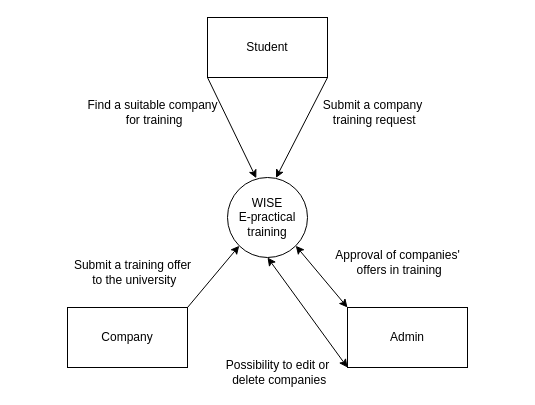
This is e-practical training/Diagram/Context diagram.drawio from Mohammadalborini/final-project, a draw.io file, before an edit. Source tidied: cells renumbered, new cells numbered last; positions are measured from the earlier drawing's top-left corner, leaving out a move shared by most shapes. Both pictures are drawn from the tidied source at 100%, with x=0, y=0 at pixel (67, 17).
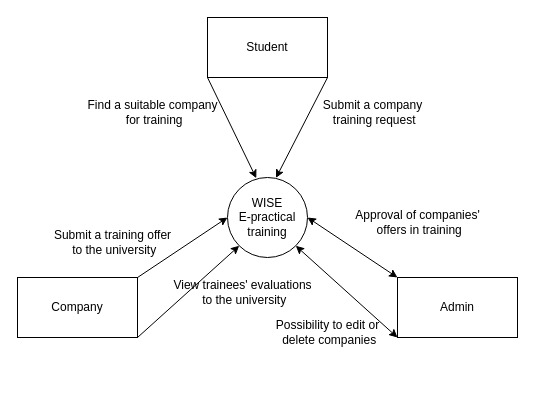
The same page after the edit.

Diff of the diagram source:
```diff
@@
 <mxGraphModel>
   <root>
     <mxCell id="0" />
     <mxCell id="1" parent="0" />
     <mxCell id="2" value="Admin" style="rounded=0;whiteSpace=wrap;html=1;" parent="1" vertex="1">
-      <mxGeometry x="280" y="290" width="120" height="60" as="geometry" />
+      <mxGeometry x="330" y="260" width="120" height="60" as="geometry" />
     </mxCell>
+    <mxCell id="16" style="rounded=0;jettySize=auto;html=1;exitX=1;exitY=1;exitDx=0;exitDy=0;entryX=0;entryY=1;entryDx=0;entryDy=0;" parent="1" edge="1" source="3" target="9">
+      <mxGeometry relative="1" as="geometry" />
+    </mxCell>
     <mxCell id="3" value="Company" style="rounded=0;whiteSpace=wrap;html=1;" parent="1" vertex="1">
-      <mxGeometry y="290" width="120" height="60" as="geometry" />
+      <mxGeometry x="-50" y="260" width="120" height="60" as="geometry" />
     </mxCell>
     <mxCell id="4" value="Student" style="rounded=0;whiteSpace=wrap;html=1;" parent="1" vertex="1">
       <mxGeometry x="140" width="120" height="60" as="geometry" />
     </mxCell>
     <mxCell id="5" style="endArrow=classic;html=1;exitX=0;exitY=1;exitDx=0;exitDy=0;" parent="1" edge="1" source="4">
       <mxGeometry relative="1" as="geometry">
         <mxPoint x="188.8" y="160.7" as="targetPoint" />
       </mxGeometry>
     </mxCell>
     <mxCell id="6" value="Find a suitable company&lt;br&gt;&amp;nbsp;for training" style="text;html=1;align=center;verticalAlign=middle;" parent="1" vertex="1">
       <mxGeometry x="10" y="80" width="150" height="30" as="geometry" />
     </mxCell>
     <mxCell id="7" style="endArrow=classic;html=1;exitX=1;exitY=1;exitDx=0;exitDy=0;" parent="1" edge="1" source="4">
       <mxGeometry relative="1" as="geometry">
         <mxPoint x="208.5" y="160.4" as="targetPoint" />
       </mxGeometry>
     </mxCell>
     <mxCell id="8" value="Submit a company&lt;br&gt;&amp;nbsp;training request" style="text;html=1;align=center;verticalAlign=middle;" parent="1" vertex="1">
       <mxGeometry x="250" y="80" width="110" height="30" as="geometry" />
     </mxCell>
     <mxCell id="9" value="&lt;span&gt;WISE&lt;br&gt;E-practical training&lt;/span&gt;" style="ellipse;whiteSpace=wrap;html=1;" parent="1" vertex="1">
       <mxGeometry x="160" y="160" width="80" height="80" as="geometry" />
     </mxCell>
-    <mxCell id="10" style="endArrow=classic;html=1;exitX=1;exitY=0;exitDx=0;exitDy=0;entryX=0;entryY=1;entryDx=0;entryDy=0;" parent="1" edge="1" source="3" target="9">
+    <mxCell id="10" style="endArrow=classic;html=1;exitX=1;exitY=0;exitDx=0;exitDy=0;entryX=0;entryY=0.5;entryDx=0;entryDy=0;" parent="1" edge="1" source="3" target="9">
       <mxGeometry relative="1" as="geometry" />
     </mxCell>
     <mxCell id="11" value="Submit a training offer&lt;br&gt;&amp;nbsp;to the university" style="text;html=1;align=center;verticalAlign=middle;" parent="1" vertex="1">
-      <mxGeometry y="240" width="130" height="30" as="geometry" />
+      <mxGeometry x="-20" y="210" width="130" height="30" as="geometry" />
     </mxCell>
-    <mxCell id="12" style="endArrow=classic;startArrow=classic;html=1;entryX=1;entryY=1;entryDx=0;entryDy=0;exitX=0;exitY=0;exitDx=0;exitDy=0;" parent="1" edge="1" source="2" target="9">
+    <mxCell id="12" style="endArrow=classic;startArrow=classic;html=1;entryX=1;entryY=0.5;entryDx=0;entryDy=0;exitX=0;exitY=0;exitDx=0;exitDy=0;" parent="1" edge="1" source="2" target="9">
       <mxGeometry relative="1" as="geometry" />
     </mxCell>
     <mxCell id="13" value="Approval of companies'&lt;br&gt;&amp;nbsp;offers in training" style="text;html=1;align=center;verticalAlign=middle;" parent="1" vertex="1">
-      <mxGeometry x="260" y="230" width="140" height="30" as="geometry" />
+      <mxGeometry x="280" y="190" width="140" height="30" as="geometry" />
     </mxCell>
-    <mxCell id="14" style="endArrow=classic;startArrow=classic;html=1;entryX=0.5;entryY=1;entryDx=0;entryDy=0;exitX=0;exitY=1;exitDx=0;exitDy=0;" parent="1" edge="1" source="2" target="9">
+    <mxCell id="14" style="endArrow=classic;startArrow=classic;html=1;entryX=1;entryY=1;entryDx=0;entryDy=0;exitX=0;exitY=1;exitDx=0;exitDy=0;" parent="1" edge="1" source="2" target="9">
       <mxGeometry relative="1" as="geometry" />
     </mxCell>
     <mxCell id="15" value="Possibility to edit or&lt;br&gt;&amp;nbsp;delete companies" style="text;html=1;align=center;verticalAlign=middle;" parent="1" vertex="1">
-      <mxGeometry x="150" y="340" width="120" height="30" as="geometry" />
+      <mxGeometry x="200" y="300" width="120" height="30" as="geometry" />
     </mxCell>
+    <mxCell id="17" value="View trainees' evaluations&lt;br&gt;&amp;nbsp;to the university" style="text;html=1;align=center;verticalAlign=middle;" parent="1" vertex="1">
+      <mxGeometry x="100" y="260" width="150" height="30" as="geometry" />
+    </mxCell>
   </root>
 </mxGraphModel>
```
